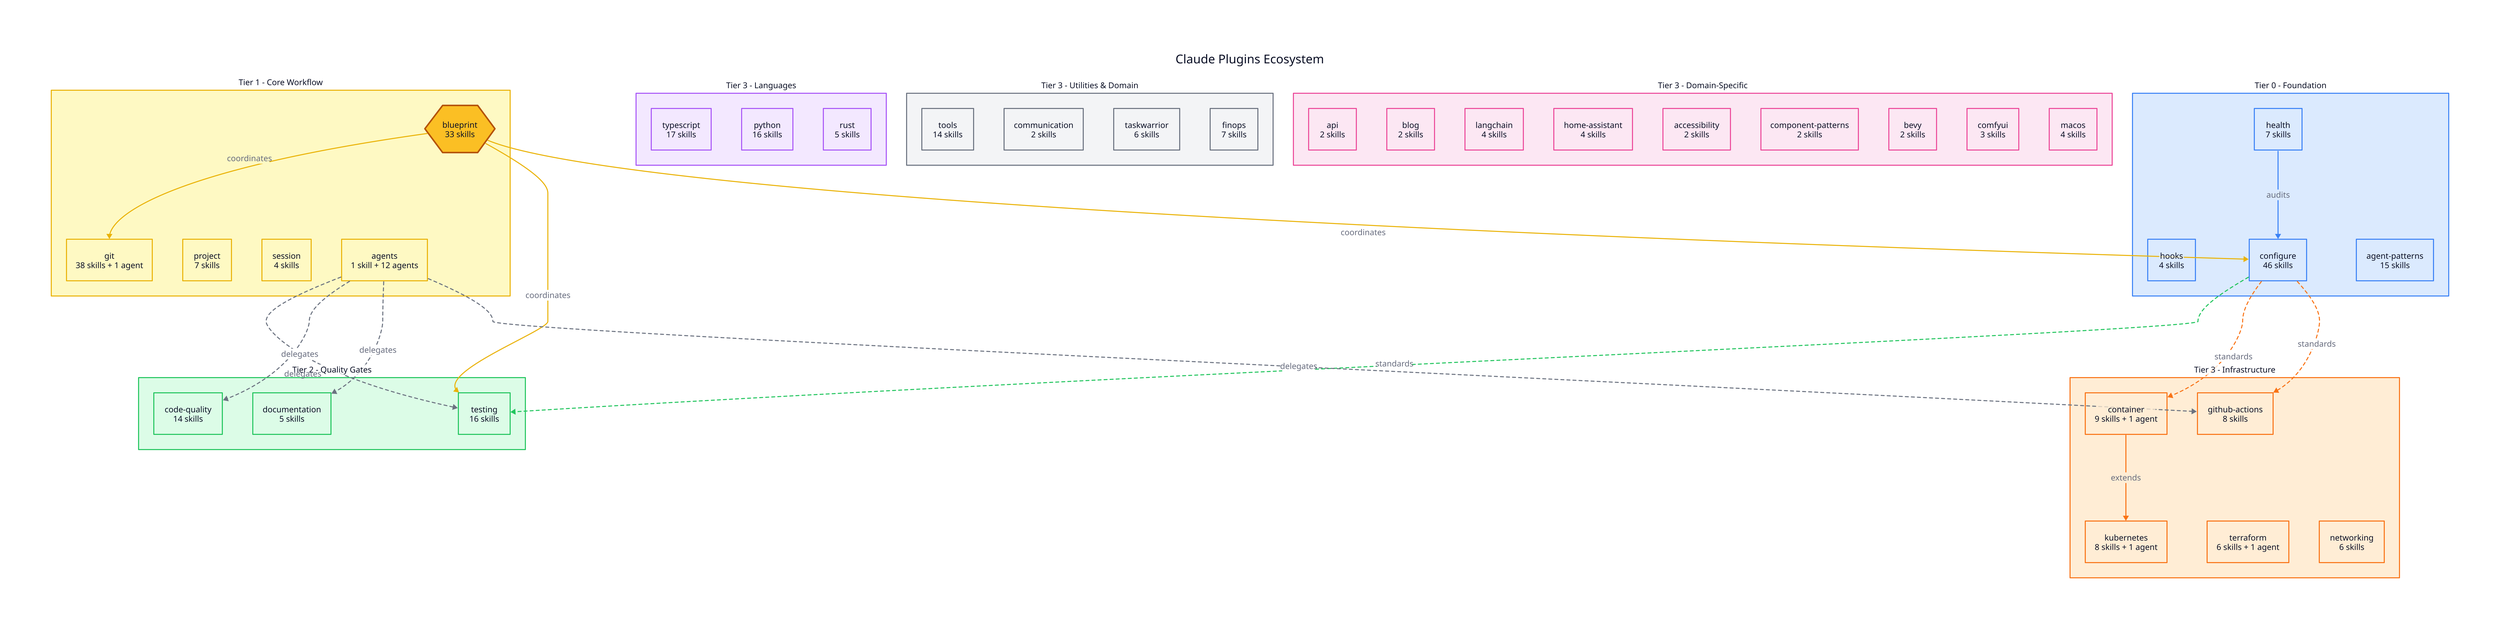
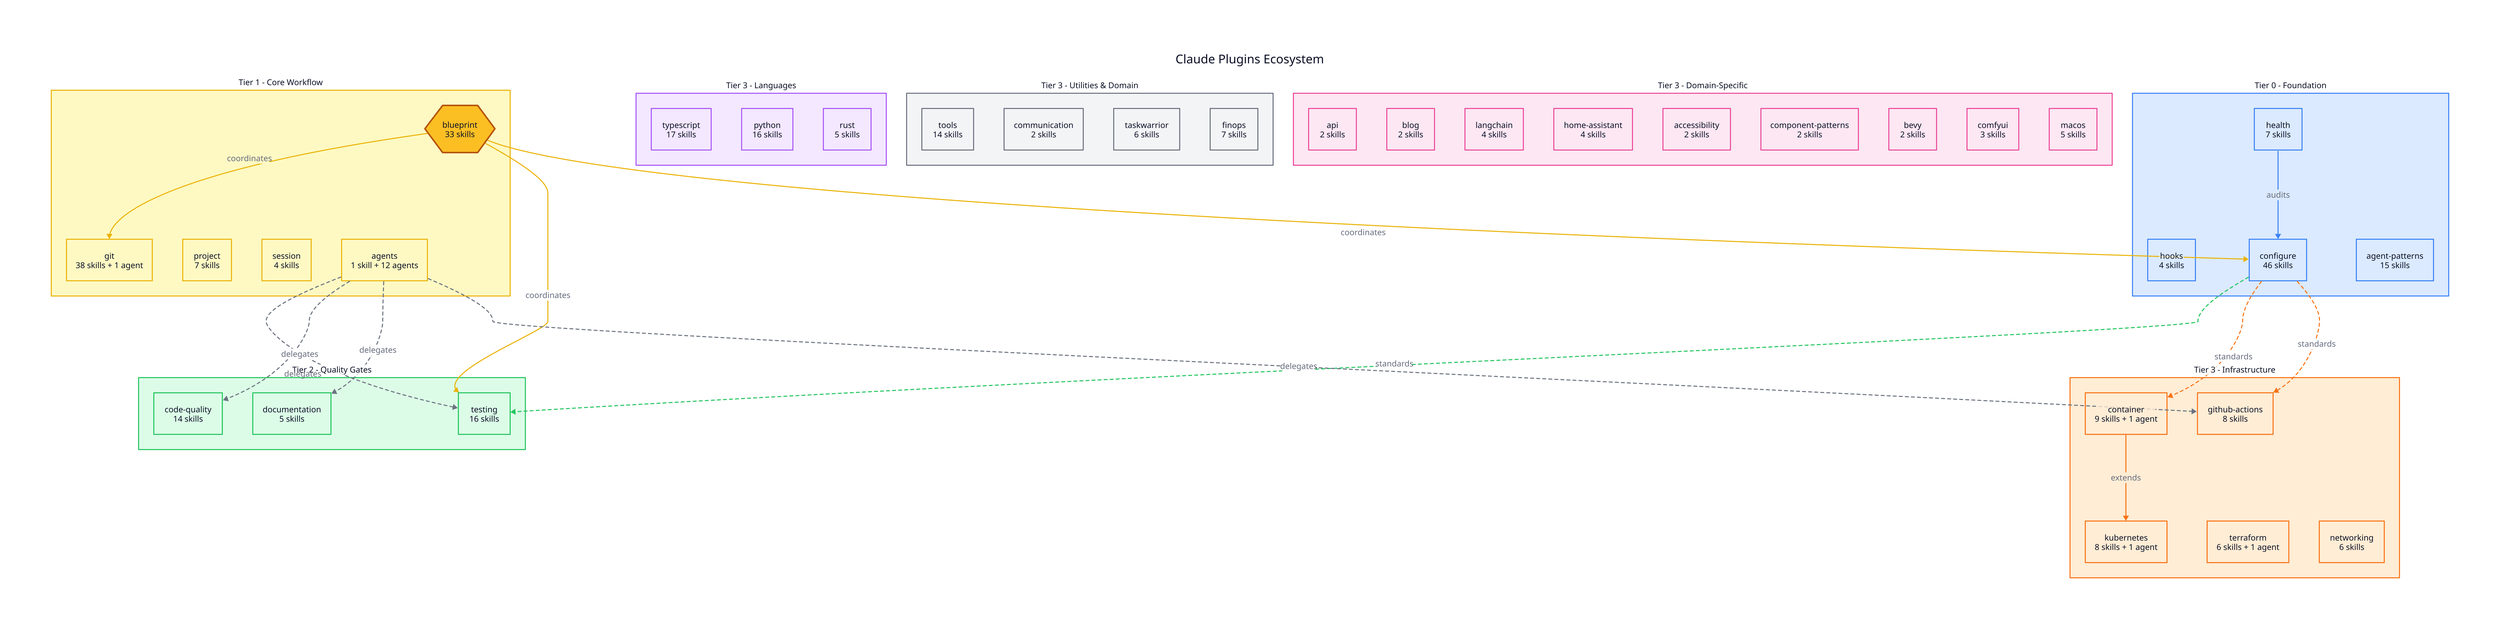
direction: down

title: "Claude Plugins Ecosystem" {
  near: top-center
  shape: text
  style: {
    font-size: 24
    bold: true
  }
}

# === CLASSES ===
classes: {
  foundation: {
    style.fill: "#dbeafe"
    style.stroke: "#3b82f6"
  }
  core: {
    style.fill: "#fef9c3"
    style.stroke: "#eab308"
  }
  quality: {
    style.fill: "#dcfce7"
    style.stroke: "#22c55e"
  }
  language: {
    style.fill: "#f3e8ff"
    style.stroke: "#a855f7"
  }
  infra: {
    style.fill: "#ffedd5"
    style.stroke: "#f97316"
  }
  utility: {
    style.fill: "#f3f4f6"
    style.stroke: "#6b7280"
  }
  domain: {
    style.fill: "#fce7f3"
    style.stroke: "#ec4899"
  }
}

# === TIER 0: FOUNDATION ===
foundation: {
  label: "Tier 0 - Foundation"
  class: foundation
  style.font-size: 16
  style.bold: true

  health: {
    label: "health\n7 skills"
    shape: rectangle
    class: foundation
  }
  hooks: {
    label: "hooks\n4 skills"
    shape: rectangle
    class: foundation
  }
  configure: {
    label: "configure\n46 skills"
    shape: rectangle
    class: foundation
  }
  agent-patterns: {
    label: "agent-patterns\n15 skills"
    shape: rectangle
    class: foundation
  }
}

# === TIER 1: CORE WORKFLOW ===
core: {
  label: "Tier 1 - Core Workflow"
  class: core
  style.font-size: 16
  style.bold: true

  blueprint: {
    label: "blueprint\n33 skills"
    shape: hexagon
    style.fill: "#fbbf24"
    style.stroke: "#b45309"
    style.stroke-width: 3
  }
  git: {
    label: "git\n38 skills + 1 agent"
    shape: rectangle
    class: core
  }
  project: {
    label: "project\n7 skills"
    shape: rectangle
    class: core
  }
  session: {
    label: "session\n4 skills"
    shape: rectangle
    class: core
  }
  agents: {
    label: "agents\n1 skill + 12 agents"
    shape: rectangle
    class: core
  }
}

# === TIER 2: QUALITY GATES ===
quality: {
  label: "Tier 2 - Quality Gates"
  class: quality
  style.font-size: 16
  style.bold: true

  testing: {
    label: "testing\n16 skills"
    shape: rectangle
    class: quality
  }
  code-quality: {
    label: "code-quality\n14 skills"
    shape: rectangle
    class: quality
  }
  documentation: {
    label: "documentation\n5 skills"
    shape: rectangle
    class: quality
  }
}

# === TIER 3: LANGUAGE ===
language: {
  label: "Tier 3 - Languages"
  class: language
  style.font-size: 16
  style.bold: true

  typescript: {
    label: "typescript\n17 skills"
    shape: rectangle
    class: language
  }
  python: {
    label: "python\n16 skills"
    shape: rectangle
    class: language
  }
  rust: {
    label: "rust\n5 skills"
    shape: rectangle
    class: language
  }
}

# === TIER 3: INFRASTRUCTURE ===
infra: {
  label: "Tier 3 - Infrastructure"
  class: infra
  style.font-size: 16
  style.bold: true

  container: {
    label: "container\n9 skills + 1 agent"
    shape: rectangle
    class: infra
  }
  kubernetes: {
    label: "kubernetes\n8 skills + 1 agent"
    shape: rectangle
    class: infra
  }
  terraform: {
    label: "terraform\n6 skills + 1 agent"
    shape: rectangle
    class: infra
  }
  github-actions: {
    label: "github-actions\n8 skills"
    shape: rectangle
    class: infra
  }
  networking: {
    label: "networking\n6 skills"
    shape: rectangle
    class: infra
  }
}

# === TIER 3: UTILITIES & DOMAIN ===
utilities: {
  label: "Tier 3 - Utilities & Domain"
  class: utility
  style.font-size: 16
  style.bold: true

  tools: {
    label: "tools\n14 skills"
    shape: rectangle
    class: utility
  }
  communication: {
    label: "communication\n2 skills"
    shape: rectangle
    class: utility
  }
  taskwarrior: {
    label: "taskwarrior\n6 skills"
    shape: rectangle
    class: utility
  }
  finops: {
    label: "finops\n7 skills"
    shape: rectangle
    class: utility
  }
}

domain: {
  label: "Tier 3 - Domain-Specific"
  class: domain
  style.font-size: 16
  style.bold: true

  api: {
    label: "api\n2 skills"
    shape: rectangle
    class: domain
  }
  blog: {
    label: "blog\n2 skills"
    shape: rectangle
    class: domain
  }
  langchain: {
    label: "langchain\n4 skills"
    shape: rectangle
    class: domain
  }
  home-assistant: {
    label: "home-assistant\n4 skills"
    shape: rectangle
    class: domain
  }
  accessibility: {
    label: "accessibility\n2 skills"
    shape: rectangle
    class: domain
  }
  component-patterns: {
    label: "component-patterns\n2 skills"
    shape: rectangle
    class: domain
  }
  bevy: {
    label: "bevy\n2 skills"
    shape: rectangle
    class: domain
  }
  comfyui: {
    label: "comfyui\n3 skills"
    shape: rectangle
    class: domain
  }
  macos: {
-     label: "macos\n4 skills"
+     label: "macos\n5 skills"
    shape: rectangle
    class: domain
  }
}

# === RELATIONSHIPS ===

# Foundation flows
foundation.health -> foundation.configure: "audits" {
  style.stroke: "#3b82f6"
}

# Configure provides standards for
foundation.configure -> quality.testing: "standards" {
  style.stroke: "#22c55e"
  style.stroke-dash: 3
}
foundation.configure -> infra.container: "standards" {
  style.stroke: "#f97316"
  style.stroke-dash: 3
}
foundation.configure -> infra.github-actions: "standards" {
  style.stroke: "#f97316"
  style.stroke-dash: 3
}

# Blueprint coordinates
core.blueprint -> core.git: "coordinates" {
  style.stroke: "#eab308"
}
core.blueprint -> quality.testing: "coordinates" {
  style.stroke: "#eab308"
}
core.blueprint -> foundation.configure: "coordinates" {
  style.stroke: "#eab308"
}

# Agents delegate to
core.agents -> quality.testing: "delegates" {
  style.stroke: "#6b7280"
  style.stroke-dash: 3
}
core.agents -> quality.code-quality: "delegates" {
  style.stroke: "#6b7280"
  style.stroke-dash: 3
}
core.agents -> quality.documentation: "delegates" {
  style.stroke: "#6b7280"
  style.stroke-dash: 3
}
core.agents -> infra.github-actions: "delegates" {
  style.stroke: "#6b7280"
  style.stroke-dash: 3
}

# Infrastructure extends
infra.container -> infra.kubernetes: "extends" {
  style.stroke: "#f97316"
}
